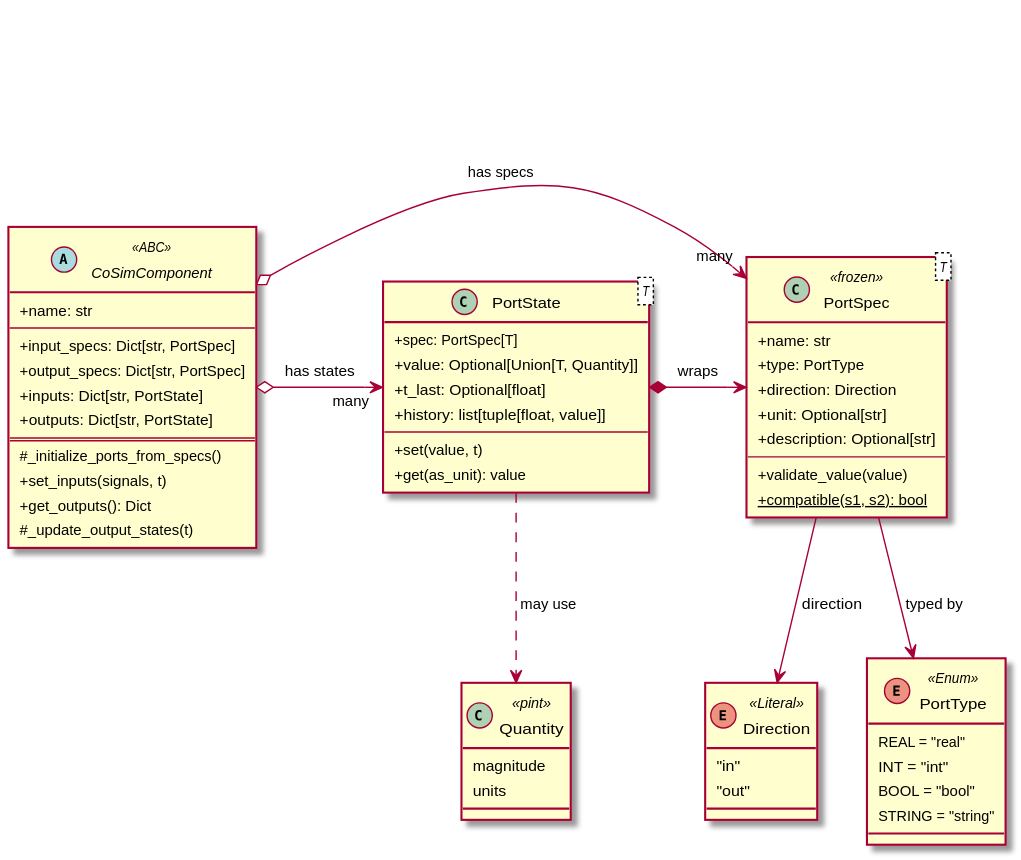
Earlier version of the PlantUML export docs/diagrams/out/PortSystem.svg (FlorianFrech/SystemSimulation). Its diagram source:
```plantuml
@startuml PortSystem

skinparam classAttributeIconSize 0
skinparam padding 2
skinparam defaultFontSize 10
skinparam classFontSize 11


abstract class CoSimComponent <<ABC>> {
    + name: str
    --
    + input_specs: Dict[str, PortSpec]
    + output_specs: Dict[str, PortSpec]
    + inputs: Dict[str, PortState]
    + outputs: Dict[str, PortState]
    ==
    # _initialize_ports_from_specs()
    + set_inputs(signals, t)
    + get_outputs(): Dict
    # _update_output_states(t)
}

enum PortType <<Enum>> {
    REAL = "real"
    INT = "int"
    BOOL = "bool"
    STRING = "string"
}

enum Direction <<Literal>> {
    "in"
    "out"
}

class PortSpec<T> <<frozen>> {
    + name: str
    + type: PortType
    + direction: Direction
    + unit: Optional[str]
    + description: Optional[str]
    --
    + validate_value(value)
    + {static} compatible(s1, s2): bool
}

class PortState<T> {
    + spec: PortSpec[T]
    + value: Optional[Union[T, Quantity]]
    + t_last: Optional[float]
    + history: list[tuple[float, value]]
    --
    + set(value, t)
    + get(as_unit): value
}

class Quantity <<pint>> {
    magnitude
    units
}

CoSimComponent o-right-> "many" PortSpec : has specs
CoSimComponent o-right-> "many" PortState : has states
PortState *-right-> PortSpec : wraps
PortSpec -down-> PortType : typed by
PortSpec -down-> Direction : direction
PortState ..> Quantity : may use





















@enduml
```
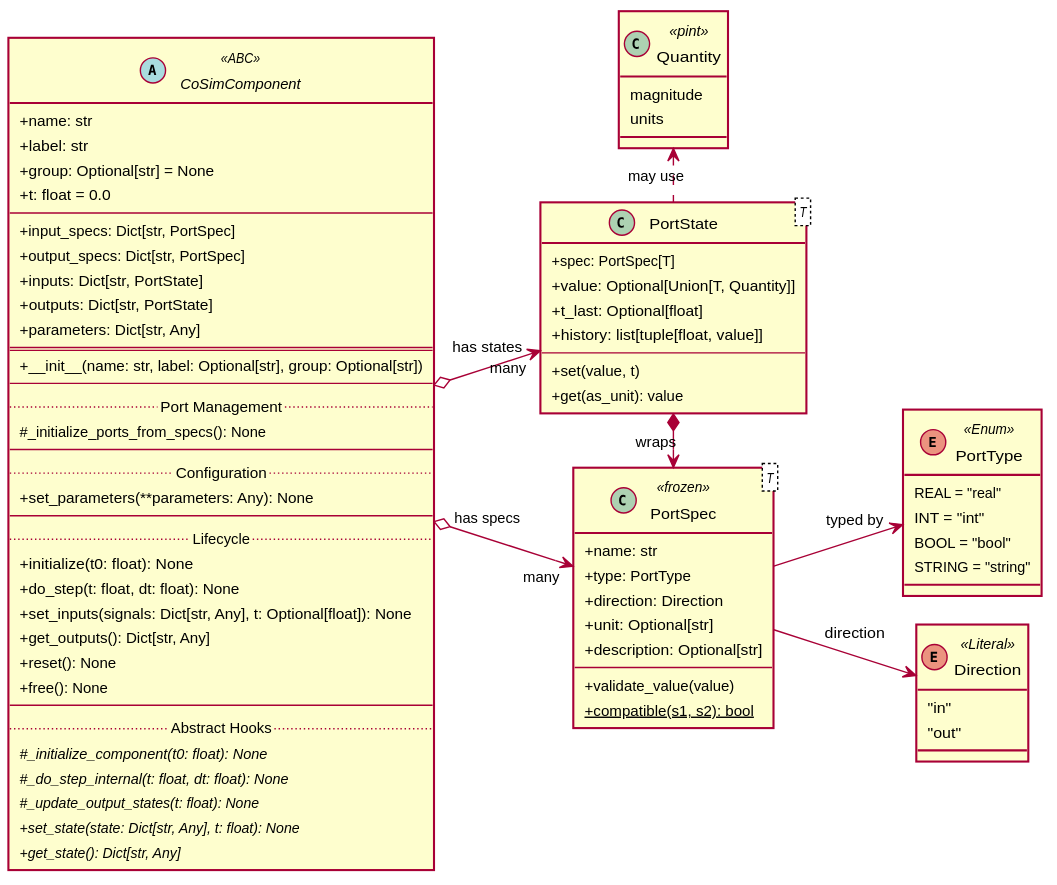
After the commit.

The edit, as a diff of the source:
```diff
@@ -1,23 +1,54 @@
 @startuml PortSystem
+
 
 skinparam classAttributeIconSize 0
 skinparam padding 2
 skinparam defaultFontSize 10
 skinparam classFontSize 11
+skinparam nodesep 20
+skinparam ranksep 20
+
+skinparam backgroundColor white
+
+skinparam shadowing false
+
+left to right direction
 
 
 abstract class CoSimComponent <<ABC>> {
     + name: str
+    + label: str
+    + group: Optional[str] = None
+    + t: float = 0.0
     --
     + input_specs: Dict[str, PortSpec]
     + output_specs: Dict[str, PortSpec]
     + inputs: Dict[str, PortState]
     + outputs: Dict[str, PortState]
+    + parameters: Dict[str, Any]
     ==
-    # _initialize_ports_from_specs()
-    + set_inputs(signals, t)
-    + get_outputs(): Dict
-    # _update_output_states(t)
+    + __init__(name: str, label: Optional[str], group: Optional[str])
+    --
+    .. Port Management ..
+    # _initialize_ports_from_specs(): None
+    --
+    .. Configuration ..
+    + set_parameters(**parameters: Any): None
+    --
+    .. Lifecycle ..
+    + initialize(t0: float): None
+    + do_step(t: float, dt: float): None
+    + set_inputs(signals: Dict[str, Any], t: Optional[float]): None
+    + get_outputs(): Dict[str, Any]
+    + reset(): None
+    + free(): None
+    --
+    .. Abstract Hooks ..
+    {abstract} # _initialize_component(t0: float): None
+    {abstract} # _do_step_internal(t: float, dt: float): None
+    {abstract} # _update_output_states(t: float): None
+    {abstract} + set_state(state: Dict[str, Any], t: float): None
+    {abstract} + get_state(): Dict[str, Any]
 }
 
 enum PortType <<Enum>> {
@@ -58,12 +89,12 @@
     units
 }
 
-CoSimComponent o-right-> "many" PortSpec : has specs
-CoSimComponent o-right-> "many" PortState : has states
 PortState *-right-> PortSpec : wraps
 PortSpec -down-> PortType : typed by
 PortSpec -down-> Direction : direction
-PortState ..> Quantity : may use
+PortState .-left-.> Quantity : may use
+CoSimComponent o-down-> "many" PortSpec : has specs
+CoSimComponent o-down-> "many" PortState : has states
 
 
 
```
